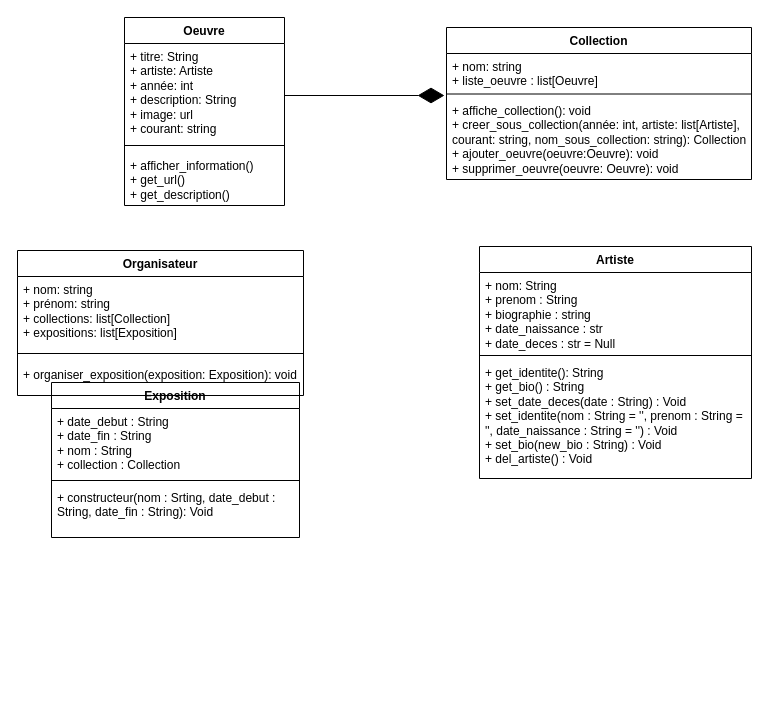
Above: artefile_uml.drawio in akbarNz/projet_dev_ba2 (draw.io), before the change. Source tidied: cells renumbered, new cells numbered last; positions are measured from the earlier drawing's top-left corner, leaving out a move shared by most shapes. Both pictures are drawn from the tidied source at 100%, with x=0, y=0 at pixel (17, 17).
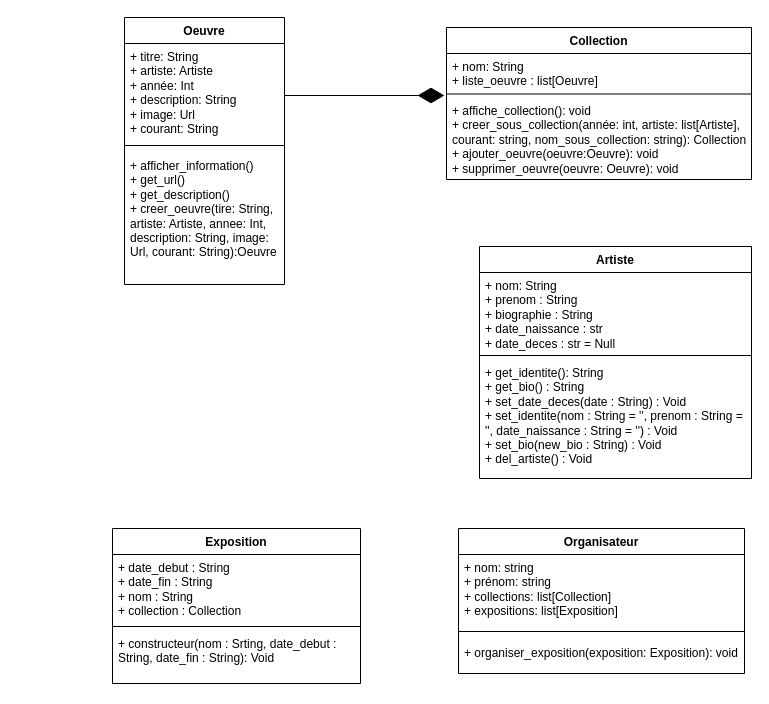
After the change.

Commit message:
Mettre à jour constructeur oeuvre

The change refers to these unchanged cells:
```xml
<mxCell id="6" value="Artiste" style="swimlane;fontStyle=1;align=center;verticalAlign=top;horizontal=1;startSize=26;whiteSpace=wrap;html=1;" parent="1" vertex="1">
  <mxGeometry x="462" y="229" width="272" height="232" as="geometry" />
</mxCell>
<mxCell id="10" value="Collection" style="swimlane;fontStyle=1;align=center;verticalAlign=top;horizontal=1;startSize=26;whiteSpace=wrap;html=1;" parent="1" vertex="1">
  <mxGeometry x="429" y="10" width="305" height="152" as="geometry" />
</mxCell>
```

Diff of the diagram source:
```diff
@@
     <mxCell id="2" value="Oeuvre" style="swimlane;fontStyle=1;align=center;verticalAlign=top;horizontal=1;startSize=26;whiteSpace=wrap;html=1;" parent="1" vertex="1">
-      <mxGeometry x="107" width="160" height="188" as="geometry" />
+      <mxGeometry x="107" width="160" height="267" as="geometry" />
     </mxCell>
-    <mxCell id="3" value="&lt;span style=&quot;text-wrap-mode: nowrap;&quot;&gt;+ titre: String&lt;/span&gt;&lt;br style=&quot;padding: 0px; margin: 0px; text-wrap-mode: nowrap;&quot;&gt;&lt;span style=&quot;text-wrap-mode: nowrap;&quot;&gt;+ artiste: Artiste&lt;/span&gt;&lt;br style=&quot;padding: 0px; margin: 0px; text-wrap-mode: nowrap;&quot;&gt;&lt;span style=&quot;text-wrap-mode: nowrap;&quot;&gt;+ année: int&lt;/span&gt;&lt;br style=&quot;padding: 0px; margin: 0px; text-wrap-mode: nowrap;&quot;&gt;&lt;span style=&quot;text-wrap-mode: nowrap;&quot;&gt;+ description: String&lt;/span&gt;&lt;br style=&quot;padding: 0px; margin: 0px; text-wrap-mode: nowrap;&quot;&gt;&lt;span style=&quot;text-wrap-mode: nowrap;&quot;&gt;+ image: url&lt;/span&gt;&lt;div&gt;&lt;span style=&quot;text-wrap-mode: nowrap;&quot;&gt;+ courant: string&lt;/span&gt;&lt;/div&gt;&lt;div&gt;&lt;span style=&quot;text-wrap-mode: nowrap;&quot;&gt;&lt;br&gt;&lt;/span&gt;&lt;/div&gt;" style="text;strokeColor=none;fillColor=none;align=left;verticalAlign=top;spacingLeft=4;spacingRight=4;overflow=hidden;whiteSpace=wrap;html=1;" parent="2" vertex="1">
+    <mxCell id="3" value="&lt;span style=&quot;text-wrap-mode: nowrap;&quot;&gt;+ titre: String&lt;/span&gt;&lt;br style=&quot;padding: 0px; margin: 0px; text-wrap-mode: nowrap;&quot;&gt;&lt;span style=&quot;text-wrap-mode: nowrap;&quot;&gt;+ artiste: Artiste&lt;/span&gt;&lt;br style=&quot;padding: 0px; margin: 0px; text-wrap-mode: nowrap;&quot;&gt;&lt;span style=&quot;text-wrap-mode: nowrap;&quot;&gt;+ année: Int&lt;/span&gt;&lt;br style=&quot;padding: 0px; margin: 0px; text-wrap-mode: nowrap;&quot;&gt;&lt;span style=&quot;text-wrap-mode: nowrap;&quot;&gt;+ description: String&lt;/span&gt;&lt;br style=&quot;padding: 0px; margin: 0px; text-wrap-mode: nowrap;&quot;&gt;&lt;span style=&quot;text-wrap-mode: nowrap;&quot;&gt;+ image: Url&lt;/span&gt;&lt;div&gt;&lt;span style=&quot;text-wrap-mode: nowrap;&quot;&gt;+ courant: String&lt;/span&gt;&lt;/div&gt;&lt;div&gt;&lt;span style=&quot;text-wrap-mode: nowrap;&quot;&gt;&lt;br&gt;&lt;/span&gt;&lt;/div&gt;" style="text;strokeColor=none;fillColor=none;align=left;verticalAlign=top;spacingLeft=4;spacingRight=4;overflow=hidden;whiteSpace=wrap;html=1;" parent="2" vertex="1">
       <mxGeometry y="26" width="160" height="95" as="geometry" />
     </mxCell>
@@
-    <mxCell id="5" value="+ afficher_information()&lt;div&gt;+ get_url()&lt;/div&gt;&lt;div&gt;+&amp;nbsp;&lt;span style=&quot;background-color: initial;&quot;&gt;get_description()&lt;/span&gt;&lt;/div&gt;" style="text;strokeColor=none;fillColor=none;align=left;verticalAlign=top;spacingLeft=4;spacingRight=4;overflow=hidden;whiteSpace=wrap;html=1;" parent="2" vertex="1">
-      <mxGeometry y="135" width="160" height="53" as="geometry" />
+    <mxCell id="5" value="+ afficher_information()&lt;div&gt;+ get_url()&lt;/div&gt;&lt;div&gt;+&amp;nbsp;&lt;span style=&quot;background-color: initial;&quot;&gt;get_description()&lt;/span&gt;&lt;/div&gt;&lt;div&gt;&lt;span style=&quot;background-color: initial;&quot;&gt;+ creer_oeuvre(tire: String, artiste: Artiste, annee: Int, description: String, image: Url, courant: String):Oeuvre&lt;/span&gt;&lt;/div&gt;" style="text;strokeColor=none;fillColor=none;align=left;verticalAlign=top;spacingLeft=4;spacingRight=4;overflow=hidden;whiteSpace=wrap;html=1;" parent="2" vertex="1">
+      <mxGeometry y="135" width="160" height="132" as="geometry" />
     </mxCell>
@@
-    <mxCell id="7" value="&lt;div&gt;+ nom: String&lt;/div&gt;&lt;div&gt;+ prenom : String&lt;/div&gt;&lt;div&gt;+ biographie : string&lt;/div&gt;&lt;div&gt;+ date_naissance : str&lt;/div&gt;&lt;div&gt;+ date_deces : str = Null&lt;br&gt;&lt;/div&gt;&lt;div&gt;&lt;br&gt;&lt;/div&gt;" style="text;strokeColor=none;fillColor=none;align=left;verticalAlign=top;spacingLeft=4;spacingRight=4;overflow=hidden;whiteSpace=wrap;html=1;" parent="6" vertex="1">
+    <mxCell id="7" value="&lt;div&gt;+ nom: String&lt;/div&gt;&lt;div&gt;+ prenom : String&lt;/div&gt;&lt;div&gt;+ biographie : String&lt;/div&gt;&lt;div&gt;+ date_naissance : str&lt;/div&gt;&lt;div&gt;+ date_deces : str = Null&lt;br&gt;&lt;/div&gt;&lt;div&gt;&lt;br&gt;&lt;/div&gt;" style="text;strokeColor=none;fillColor=none;align=left;verticalAlign=top;spacingLeft=4;spacingRight=4;overflow=hidden;whiteSpace=wrap;html=1;" parent="6" vertex="1">
       <mxGeometry y="26" width="272" height="79" as="geometry" />
     </mxCell>
@@
-    <mxCell id="11" value="+ nom: string&lt;div&gt;&lt;div&gt;+ liste_oeuvre : list[Oeuvre]&lt;/div&gt;&lt;/div&gt;" style="text;strokeColor=none;fillColor=none;align=left;verticalAlign=top;spacingLeft=4;spacingRight=4;overflow=hidden;whiteSpace=wrap;html=1;" parent="10" vertex="1">
+    <mxCell id="11" value="+ nom: String&lt;div&gt;&lt;div&gt;+ liste_oeuvre : list[Oeuvre]&lt;/div&gt;&lt;/div&gt;" style="text;strokeColor=none;fillColor=none;align=left;verticalAlign=top;spacingLeft=4;spacingRight=4;overflow=hidden;whiteSpace=wrap;html=1;" parent="10" vertex="1">
       <mxGeometry y="26" width="305" height="37" as="geometry" />
     </mxCell>
@@
     <mxCell id="15" value="Exposition" style="swimlane;fontStyle=1;align=center;verticalAlign=top;horizontal=1;startSize=26;whiteSpace=wrap;html=1;" parent="1" vertex="1">
-      <mxGeometry x="34" y="365" width="248" height="155" as="geometry" />
+      <mxGeometry x="95" y="511" width="248" height="155" as="geometry" />
     </mxCell>
@@
     <mxCell id="19" value="Organisateur" style="swimlane;fontStyle=1;align=center;verticalAlign=top;horizontal=1;startSize=26;whiteSpace=wrap;html=1;" parent="1" vertex="1">
-      <mxGeometry y="233" width="286" height="145" as="geometry" />
+      <mxGeometry x="441" y="511" width="286" height="145" as="geometry" />
     </mxCell>
```
